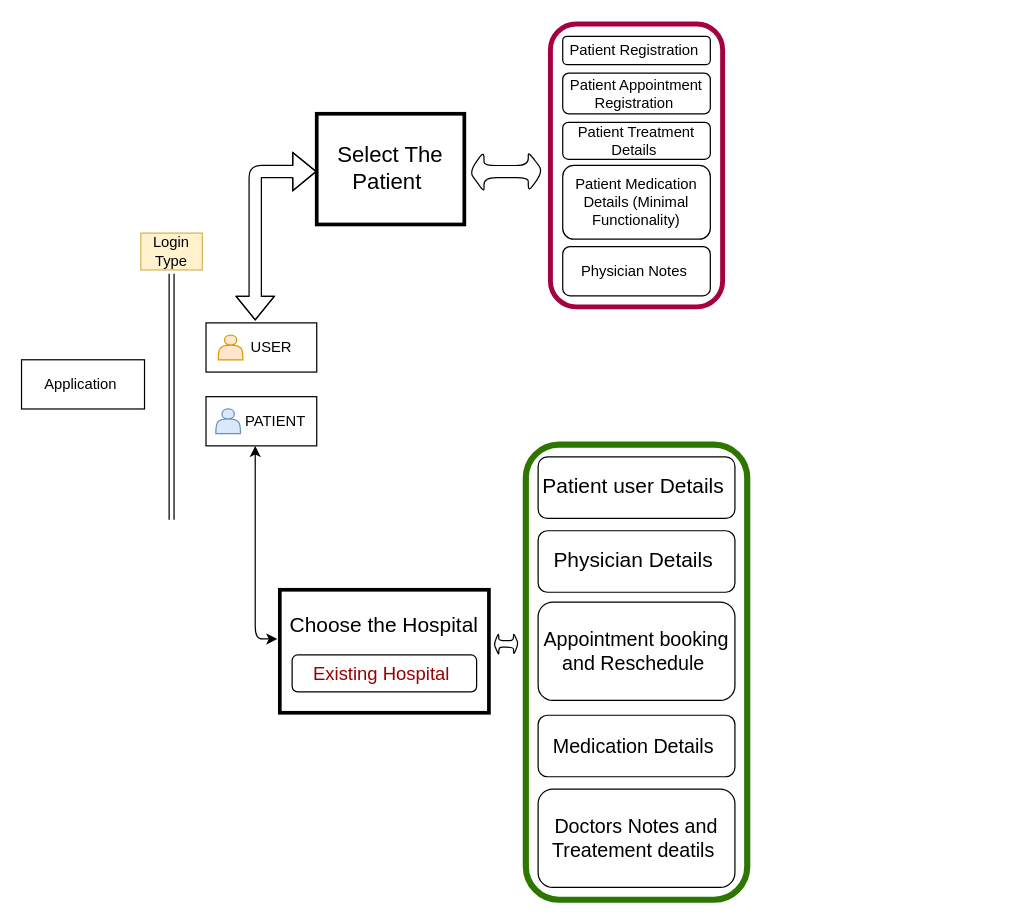
parthipanbp/CRM_BDD_FW_V1.0 keeps this draw.io diagram as FreeCrmBddFramework/src/Untitled Diagram.drawio. Above is the earlier version. Source tidied: cells renumbered, new cells numbered last; positions are measured from the earlier drawing's top-left corner, leaving out a move shared by most shapes. Both pictures are drawn from the tidied source at 123%, with x=0, y=0 at pixel (21, 23).
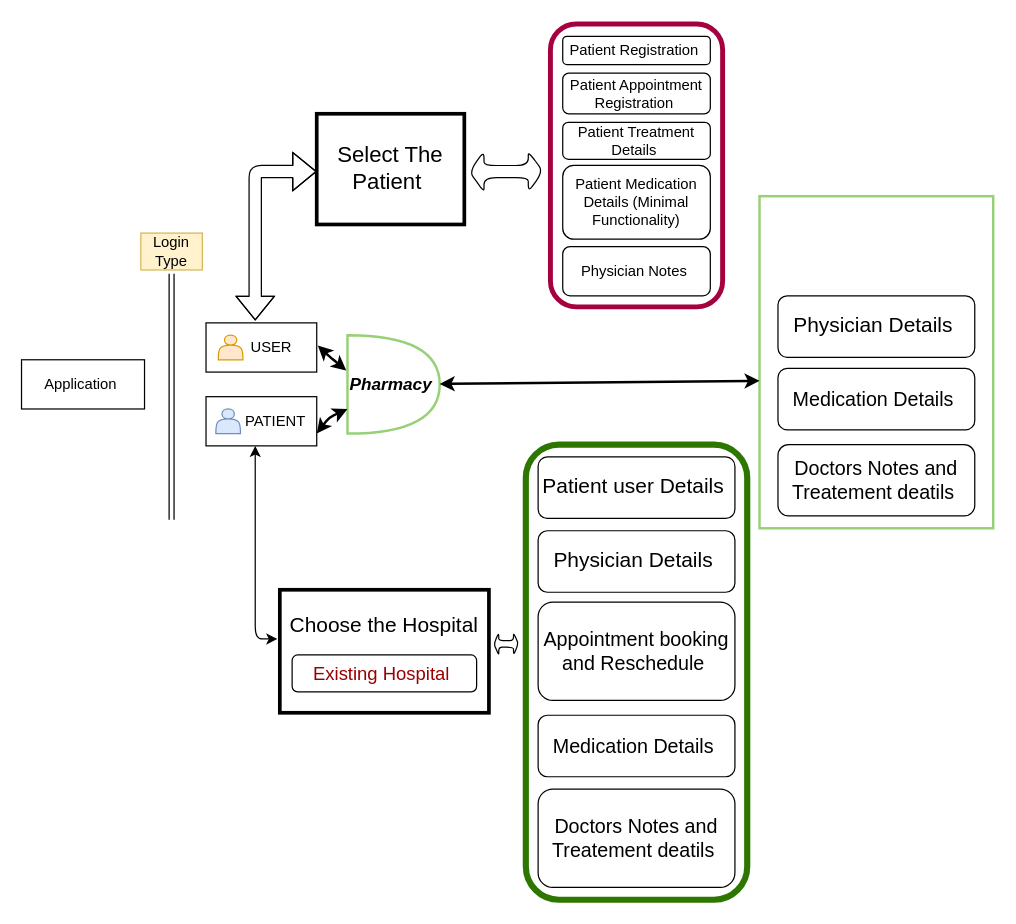
Above is the later version.

The change refers to these unchanged cells:
```xml
<mxCell id="3" value="&amp;nbsp; &amp;nbsp; &amp;nbsp;USER" style="rounded=0;whiteSpace=wrap;html=1;" parent="1" vertex="1">
  <mxGeometry x="150" y="243" width="90" height="40" as="geometry" />
</mxCell>
<mxCell id="4" value="&amp;nbsp; &amp;nbsp; &amp;nbsp; &amp;nbsp;PATIENT" style="rounded=0;whiteSpace=wrap;html=1;" parent="1" vertex="1">
  <mxGeometry x="150" y="303" width="90" height="40" as="geometry" />
</mxCell>
```

Diff of the diagram source:
```diff
@@
+    <mxCell id="21" style="rounded=1;whiteSpace=wrap;html=1;strokeWidth=5;fillColor=none;strokeColor=#2D7600;fontColor=#ffffff;" parent="1" vertex="1">
+      <mxGeometry x="410" y="342" width="180" height="370" as="geometry" />
+    </mxCell>
@@
-    <mxCell id="21" style="rounded=1;whiteSpace=wrap;html=1;strokeWidth=5;fillColor=none;strokeColor=#2D7600;fontColor=#ffffff;" parent="1" vertex="1">
-      <mxGeometry x="410" y="342" width="180" height="370" as="geometry" />
-    </mxCell>
@@
+    <mxCell id="28" value="&lt;font style=&quot;font-size: 14px&quot;&gt;&lt;b&gt;&lt;i&gt;Pharmacy&amp;nbsp;&lt;/i&gt;&lt;/b&gt;&lt;/font&gt;" style="shape=or;whiteSpace=wrap;html=1;rounded=1;strokeWidth=2;fillColor=none;strokeColor=#97D077;" parent="1" vertex="1">
+      <mxGeometry x="265" y="253" width="75" height="80" as="geometry" />
+    </mxCell>
+    <mxCell id="29" style="rounded=0;whiteSpace=wrap;html=1;strokeColor=#97D077;strokeWidth=2;fillColor=none;" parent="1" vertex="1">
+      <mxGeometry x="600" y="140" width="190" height="270" as="geometry" />
+    </mxCell>
+    <mxCell id="30" style="endArrow=classic;startArrow=classic;html=1;strokeWidth=2;entryX=0;entryY=0.556;entryDx=0;entryDy=0;entryPerimeter=0;" parent="1" edge="1" source="28" target="29">
+      <mxGeometry relative="1" as="geometry" />
+    </mxCell>
+    <mxCell id="31" value="&lt;font style=&quot;font-size: 17px&quot;&gt;Physician Details&amp;nbsp;&lt;/font&gt;" style="rounded=1;whiteSpace=wrap;html=1;strokeWidth=1;fillColor=none;" parent="1" vertex="1">
+      <mxGeometry x="615" y="221" width="160" height="50" as="geometry" />
+    </mxCell>
+    <mxCell id="32" value="&lt;font style=&quot;font-size: 16px&quot;&gt;Medication Details&amp;nbsp;&lt;/font&gt;" style="rounded=1;whiteSpace=wrap;html=1;strokeWidth=1;fillColor=none;" parent="1" vertex="1">
+      <mxGeometry x="615" y="280" width="160" height="50" as="geometry" />
+    </mxCell>
+    <mxCell id="33" value="&lt;font style=&quot;font-size: 16px&quot;&gt;Doctors Notes and Treatement deatils&amp;nbsp;&lt;/font&gt;" style="rounded=1;whiteSpace=wrap;html=1;strokeWidth=1;fillColor=none;" parent="1" vertex="1">
+      <mxGeometry x="615" y="342" width="160" height="58" as="geometry" />
+    </mxCell>
+    <mxCell id="34" style="endArrow=classic;startArrow=classic;html=1;strokeWidth=2;exitX=1;exitY=0.75;exitDx=0;exitDy=0;entryX=0;entryY=0.75;entryDx=0;entryDy=0;entryPerimeter=0;" parent="1" edge="1" source="4" target="28">
+      <mxGeometry relative="1" as="geometry">
+        <Array as="points">
+          <mxPoint x="250" y="320" />
+        </Array>
+      </mxGeometry>
+    </mxCell>
+    <mxCell id="35" style="endArrow=classic;startArrow=classic;html=1;strokeWidth=2;exitX=1.01;exitY=0.461;exitDx=0;exitDy=0;entryX=-0.013;entryY=0.359;entryDx=0;entryDy=0;entryPerimeter=0;exitPerimeter=0;" parent="1" edge="1" source="3" target="28">
+      <mxGeometry relative="1" as="geometry">
+        <Array as="points">
+          <mxPoint x="250" y="270" />
+        </Array>
+      </mxGeometry>
+    </mxCell>
```
